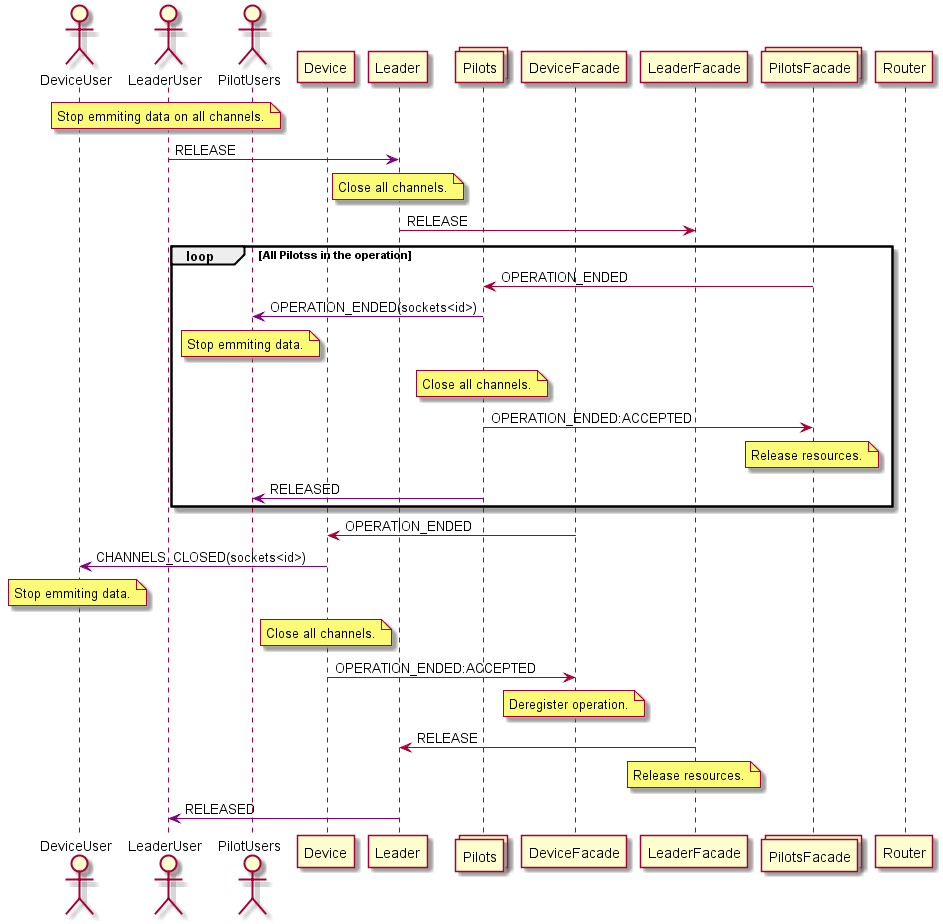
Earlier version of the PlantUML export doc/flows/9_leader_release.png (nawbar23/fleetmgr).
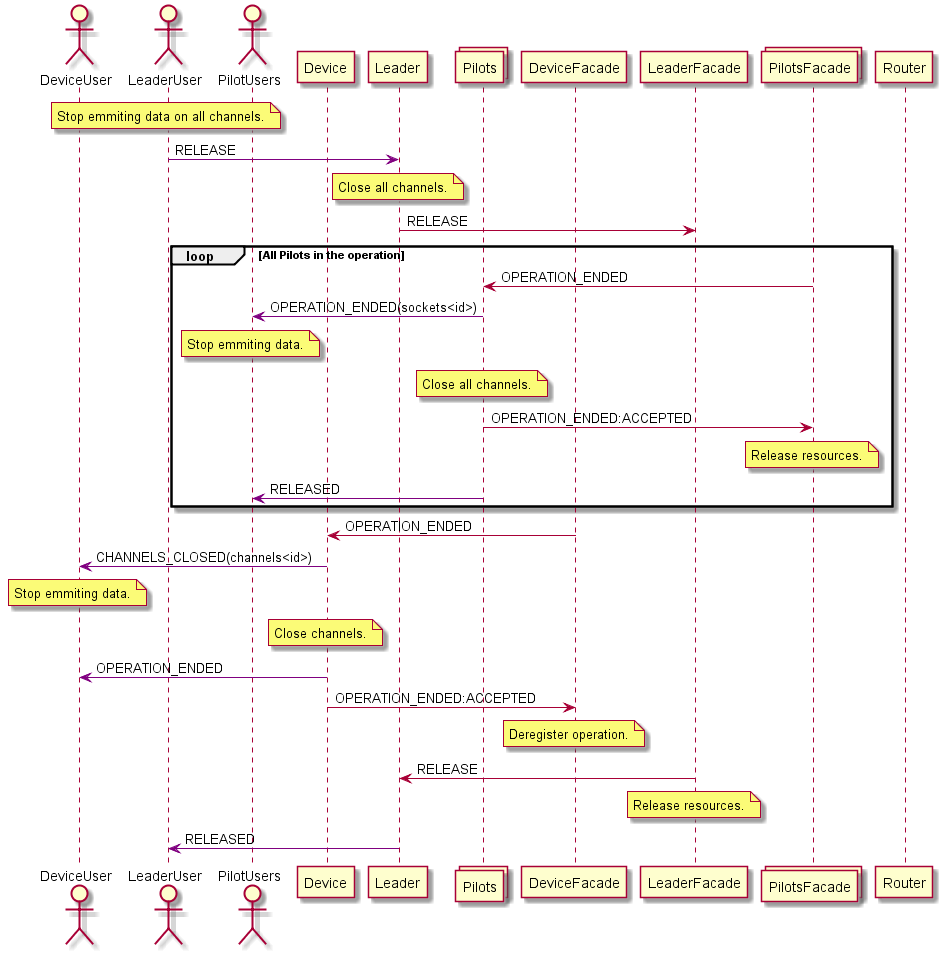
Above is the later version.

The edit, as a diff of the source:
```diff
@@ -18,7 +18,7 @@
 
 Leader -> LeaderFacade: RELEASE
 
-loop All Pilotss in the operation
+loop All Pilots in the operation
 
 
 PilotsFacade -> Pilots: OPERATION_ENDED
@@ -37,9 +37,11 @@
 
 DeviceFacade -> Device: OPERATION_ENDED
 
-Device -[#purple]> DeviceUser: CHANNELS_CLOSED(sockets<id>)
+Device -[#purple]> DeviceUser: CHANNELS_CLOSED(channels<id>)
 note over DeviceUser: Stop emmiting data.
-note over Device: Close all channels.
+note over Device: Close channels.
+
+Device -[#purple]> DeviceUser: OPERATION_ENDED
 Device -> DeviceFacade: OPERATION_ENDED:ACCEPTED
 
 note over DeviceFacade: Deregister operation.
```
